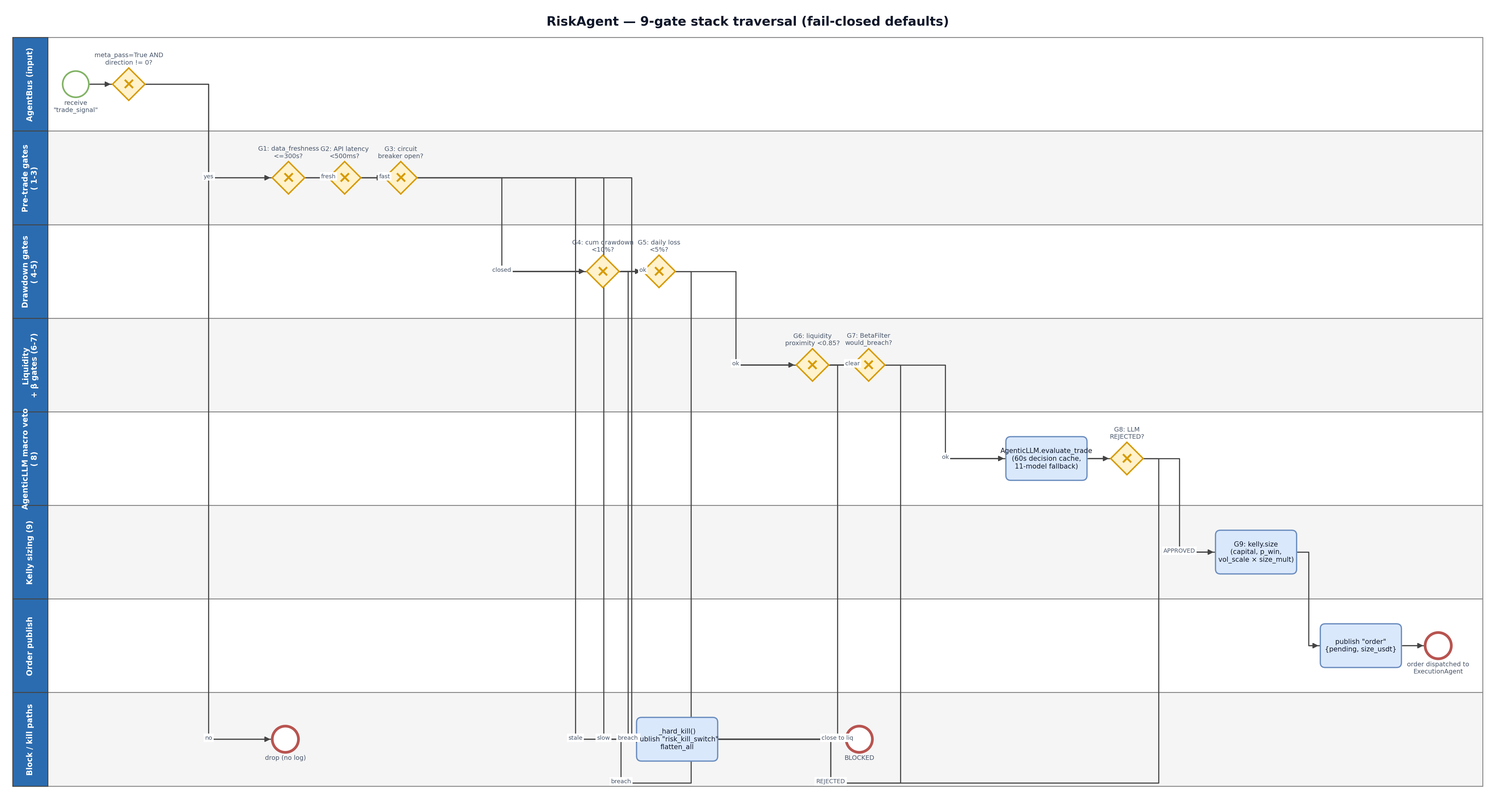
This is core/business_flows/RiskGates.png from xLZDx/ai-crypto-trading-bot, a BPMN export, as it was before one commit. Its source is kept beside it as core/bpmn/RiskGates.bpmn. Ids are renumbered.
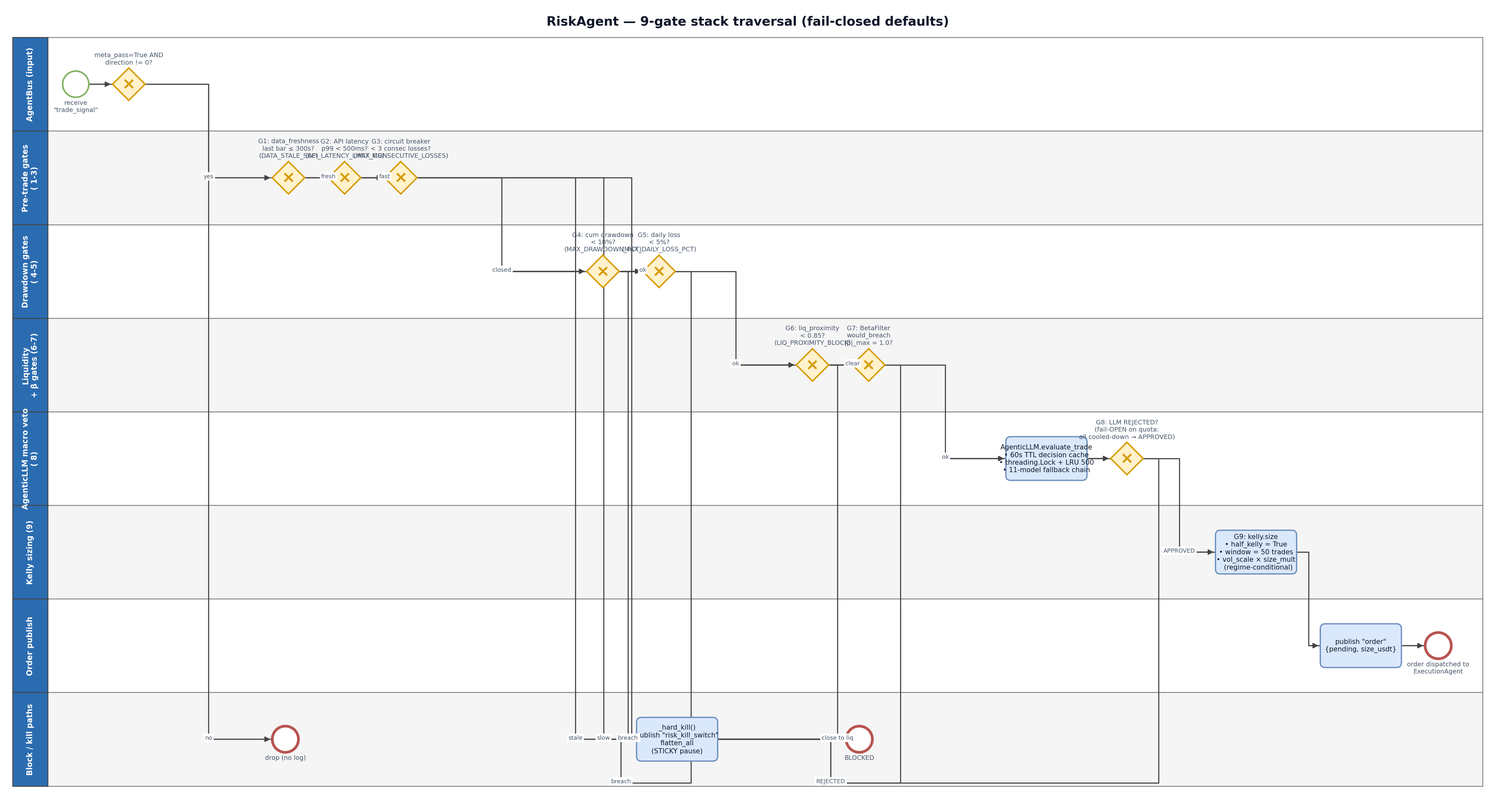
Later version of the same file.

Change to the diagram source:
```diff
@@ -55,69 +55,81 @@
       <bpmn:incoming>g2a</bpmn:incoming>
     </bpmn:endEvent>
     <bpmn:exclusiveGateway id="GW_G1" name="G1: data_freshness
-&lt;=300s?">
+last bar ≤ 300s?
+(DATA_STALE_SEC)">
       <bpmn:incoming>g2b</bpmn:incoming>
       <bpmn:outgoing>g3a</bpmn:outgoing>
       <bpmn:outgoing>g3b</bpmn:outgoing>
     </bpmn:exclusiveGateway>
     <bpmn:exclusiveGateway id="GW_G2" name="G2: API latency
-&lt;500ms?">
+p99 &lt; 500ms?
+(API_LATENCY_LIMIT_MS)">
       <bpmn:incoming>g3b</bpmn:incoming>
       <bpmn:outgoing>g4a</bpmn:outgoing>
       <bpmn:outgoing>g4b</bpmn:outgoing>
     </bpmn:exclusiveGateway>
-    <bpmn:exclusiveGateway id="GW_G3" name="G3: circuit
-breaker open?">
+    <bpmn:exclusiveGateway id="GW_G3" name="G3: circuit breaker
+&lt; 3 consec losses?
+(MAX_CONSECUTIVE_LOSSES)">
       <bpmn:incoming>g4b</bpmn:incoming>
       <bpmn:outgoing>g5a</bpmn:outgoing>
       <bpmn:outgoing>g5b</bpmn:outgoing>
     </bpmn:exclusiveGateway>
     <bpmn:exclusiveGateway id="GW_G4" name="G4: cum drawdown
-&lt;10%?">
+&lt; 10%?
+(MAX_DRAWDOWN_PCT)">
       <bpmn:incoming>g5b</bpmn:incoming>
       <bpmn:outgoing>g6a</bpmn:outgoing>
       <bpmn:outgoing>g6b</bpmn:outgoing>
     </bpmn:exclusiveGateway>
     <bpmn:serviceTask id="Task_HardKill" name="_hard_kill()
 publish &quot;risk_kill_switch&quot;
-flatten_all">
+flatten_all
+(STICKY pause)">
       <bpmn:incoming>g6a</bpmn:incoming>
       <bpmn:incoming>g8a</bpmn:incoming>
       <bpmn:outgoing>g7</bpmn:outgoing>
     </bpmn:serviceTask>
     <bpmn:exclusiveGateway id="GW_G5" name="G5: daily loss
-&lt;5%?">
+&lt; 5%?
+(MAX_DAILY_LOSS_PCT)">
       <bpmn:incoming>g6b</bpmn:incoming>
       <bpmn:outgoing>g8a</bpmn:outgoing>
       <bpmn:outgoing>g8b</bpmn:outgoing>
     </bpmn:exclusiveGateway>
-    <bpmn:exclusiveGateway id="GW_G6" name="G6: liquidity
-proximity &lt;0.85?">
+    <bpmn:exclusiveGateway id="GW_G6" name="G6: liq_proximity
+&lt; 0.85?
+(LIQ_PROXIMITY_BLOCK)">
       <bpmn:incoming>g8b</bpmn:incoming>
       <bpmn:outgoing>g9a</bpmn:outgoing>
       <bpmn:outgoing>g9b</bpmn:outgoing>
     </bpmn:exclusiveGateway>
     <bpmn:exclusiveGateway id="GW_G7" name="G7: BetaFilter
-would_breach?">
+would_breach
+|β|_max = 1.0?">
       <bpmn:incoming>g9b</bpmn:incoming>
       <bpmn:outgoing>g10a</bpmn:outgoing>
       <bpmn:outgoing>g10b</bpmn:outgoing>
     </bpmn:exclusiveGateway>
     <bpmn:serviceTask id="Task_LLM" name="AgenticLLM.evaluate_trade
-(60s decision cache,
-11-model fallback)">
+• 60s TTL decision cache
+• threading.Lock + LRU 500
+• 11-model fallback chain">
       <bpmn:incoming>g10b</bpmn:incoming>
       <bpmn:outgoing>g11</bpmn:outgoing>
     </bpmn:serviceTask>
-    <bpmn:exclusiveGateway id="GW_G8" name="G8: LLM
-REJECTED?">
+    <bpmn:exclusiveGateway id="GW_G8" name="G8: LLM REJECTED?
+(fail-OPEN on quota:
+all cooled-down → APPROVED)">
       <bpmn:incoming>g11</bpmn:incoming>
       <bpmn:outgoing>g12a</bpmn:outgoing>
       <bpmn:outgoing>g12b</bpmn:outgoing>
     </bpmn:exclusiveGateway>
     <bpmn:serviceTask id="Task_Kelly" name="G9: kelly.size
-(capital, p_win,
-vol_scale × size_mult)">
+• half_kelly = True
+• window = 50 trades
+• vol_scale × size_mult
+  (regime-conditional)">
       <bpmn:incoming>g12b</bpmn:incoming>
       <bpmn:outgoing>g13</bpmn:outgoing>
     </bpmn:serviceTask>
```
